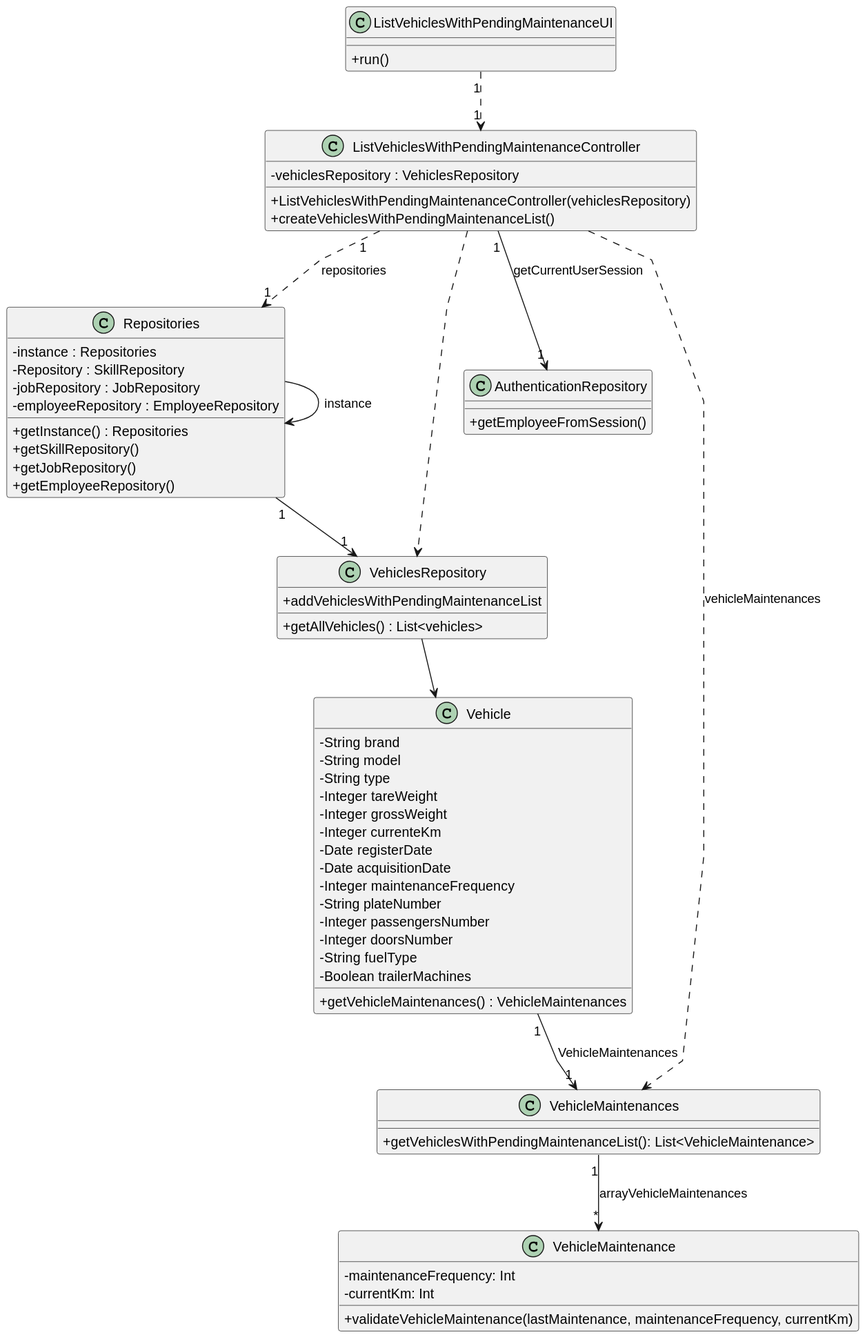
Above: docs/sprintC/us24/03.design/svg/us24-class-diagram.svg in Paulo-Pereira-at-ISEP/lei-24-s2-1nanb-g321 (PlantUML), before the change. The source it was exported from:
```plantuml
@startuml
skinparam packageStyle rectangle
skinparam shadowing false
skinparam linetype polyline

skinparam classAttributeIconSize 0


class ListVehiclesWithPendingMaintenanceController {
    -vehiclesRepository : VehiclesRepository

    +ListVehiclesWithPendingMaintenanceController(vehiclesRepository)
    + createVehiclesWithPendingMaintenanceList()

}


class ListVehiclesWithPendingMaintenanceUI {
    +run()
}


class Repositories{
    - instance : Repositories
    - Repository : SkillRepository
    - jobRepository : JobRepository
    - employeeRepository : EmployeeRepository


    + getInstance() : Repositories
    + getSkillRepository()
    + getJobRepository()
    + getEmployeeRepository()
}

class VehiclesRepository{
    +getAllVehicles() : List<vehicles>
    +addVehiclesWithPendingMaintenanceList
}

class AuthenticationRepository{
    + getEmployeeFromSession()
}

class Vehicle {
    - String brand
    - String model
    - String type
    - Integer tareWeight
    - Integer grossWeight
    - Integer currenteKm
    - Date registerDate
    - Date acquisitionDate
    - Integer maintenanceFrequency
    - String plateNumber
    - Integer passengersNumber
    - Integer doorsNumber
    - String fuelType
    - Boolean trailerMachines

    +getVehicleMaintenances() : VehicleMaintenances
}

class VehicleMaintenance{
-maintenanceFrequency: Int
-currentKm: Int

+validateVehicleMaintenance(lastMaintenance, maintenanceFrequency, currentKm)

}

class VehicleMaintenances{
+getVehiclesWithPendingMaintenanceList(): List<VehicleMaintenance>

}


ListVehiclesWithPendingMaintenanceUI "1" ..> "1" ListVehiclesWithPendingMaintenanceController

Vehicle "1" --> "1" VehicleMaintenances: VehicleMaintenances

VehicleMaintenances "1" --> "*" VehicleMaintenance: arrayVehicleMaintenances

Repositories -> Repositories : instance
Repositories "1" --> "1" VehiclesRepository

VehiclesRepository --> Vehicle

ListVehiclesWithPendingMaintenanceController ..> VehicleMaintenances : vehicleMaintenances
ListVehiclesWithPendingMaintenanceController ..> VehiclesRepository
ListVehiclesWithPendingMaintenanceController "1" ..> "1" Repositories : repositories
ListVehiclesWithPendingMaintenanceController "1" --> "1" AuthenticationRepository : getCurrentUserSession
@enduml
```
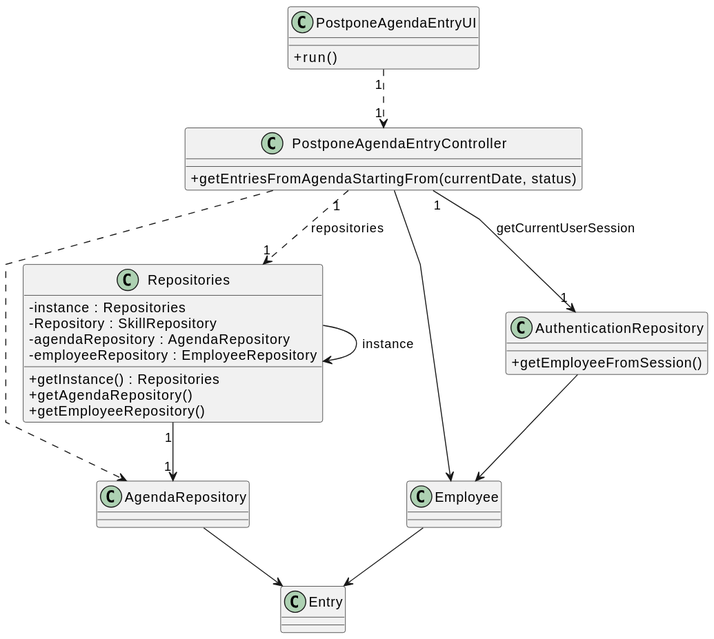
Later version of the same file.

Commit message:
LGGPM-203 - US24 - Design - Class diagram .svg update

Diff of the diagram source:
```diff
@@ -6,16 +6,12 @@
 skinparam classAttributeIconSize 0
 
 
-class ListVehiclesWithPendingMaintenanceController {
-    -vehiclesRepository : VehiclesRepository
-
-    +ListVehiclesWithPendingMaintenanceController(vehiclesRepository)
-    + createVehiclesWithPendingMaintenanceList()
-
+class PostponeAgendaEntryController {
+    +getEntriesFromAgendaStartingFrom(currentDate, status)
 }
 
 
-class ListVehiclesWithPendingMaintenanceUI {
+class PostponeAgendaEntryUI {
     +run()
 }
 
@@ -23,71 +19,50 @@
 class Repositories{
     - instance : Repositories
     - Repository : SkillRepository
-    - jobRepository : JobRepository
+    - agendaRepository : AgendaRepository
     - employeeRepository : EmployeeRepository
 
-
     + getInstance() : Repositories
-    + getSkillRepository()
-    + getJobRepository()
+    + getAgendaRepository()
     + getEmployeeRepository()
 }
 
-class VehiclesRepository{
-    +getAllVehicles() : List<vehicles>
-    +addVehiclesWithPendingMaintenanceList
+class AgendaRepository{
+
 }
 
 class AuthenticationRepository{
     + getEmployeeFromSession()
 }
 
-class Vehicle {
-    - String brand
-    - String model
-    - String type
-    - Integer tareWeight
-    - Integer grossWeight
-    - Integer currenteKm
-    - Date registerDate
-    - Date acquisitionDate
-    - Integer maintenanceFrequency
-    - String plateNumber
-    - Integer passengersNumber
-    - Integer doorsNumber
-    - String fuelType
-    - Boolean trailerMachines
-
-    +getVehicleMaintenances() : VehicleMaintenances
-}
-
-class VehicleMaintenance{
--maintenanceFrequency: Int
--currentKm: Int
-
-+validateVehicleMaintenance(lastMaintenance, maintenanceFrequency, currentKm)
-
-}
-
-class VehicleMaintenances{
-+getVehiclesWithPendingMaintenanceList(): List<VehicleMaintenance>
+class Entry {
 
 }
 
 
-ListVehiclesWithPendingMaintenanceUI "1" ..> "1" ListVehiclesWithPendingMaintenanceController
+class Employee {
 
-Vehicle "1" --> "1" VehicleMaintenances: VehicleMaintenances
+}
 
-VehicleMaintenances "1" --> "*" VehicleMaintenance: arrayVehicleMaintenances
+
+PostponeAgendaEntryUI "1" ..> "1" PostponeAgendaEntryController
+
+
+
 
 Repositories -> Repositories : instance
-Repositories "1" --> "1" VehiclesRepository
+Repositories "1" --> "1" AgendaRepository
 
-VehiclesRepository --> Vehicle
+AgendaRepository --> Entry
 
-ListVehiclesWithPendingMaintenanceController ..> VehicleMaintenances : vehicleMaintenances
-ListVehiclesWithPendingMaintenanceController ..> VehiclesRepository
-ListVehiclesWithPendingMaintenanceController "1" ..> "1" Repositories : repositories
-ListVehiclesWithPendingMaintenanceController "1" --> "1" AuthenticationRepository : getCurrentUserSession
+
+PostponeAgendaEntryController ..> AgendaRepository
+PostponeAgendaEntryController "1" ..> "1" Repositories : repositories
+PostponeAgendaEntryController "1" --> "1" AuthenticationRepository : getCurrentUserSession
+
+PostponeAgendaEntryController -> Employee
+
+AuthenticationRepository --> Employee
+
+Employee -> Entry
 @enduml
```
